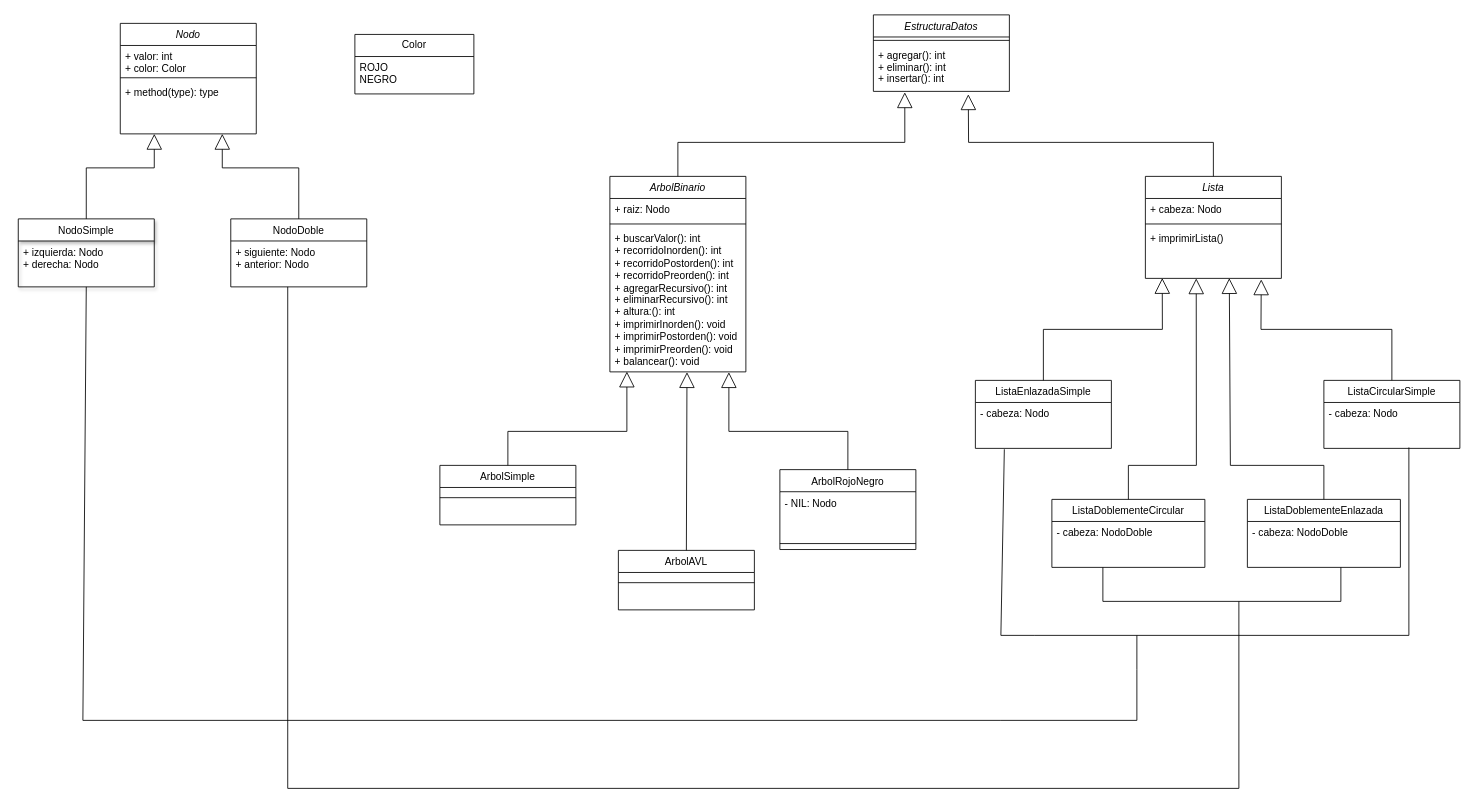
The draw.io diagram ArbolBinario.drawio in ArianaSarango/ArbolBinario, before the edit. Source tidied: cells renumbered, new cells numbered last; positions are measured from the earlier drawing's top-left corner, leaving out a move shared by most shapes. Both pictures are drawn from the tidied source at 85%, with x=0, y=0 at pixel (18, 14).
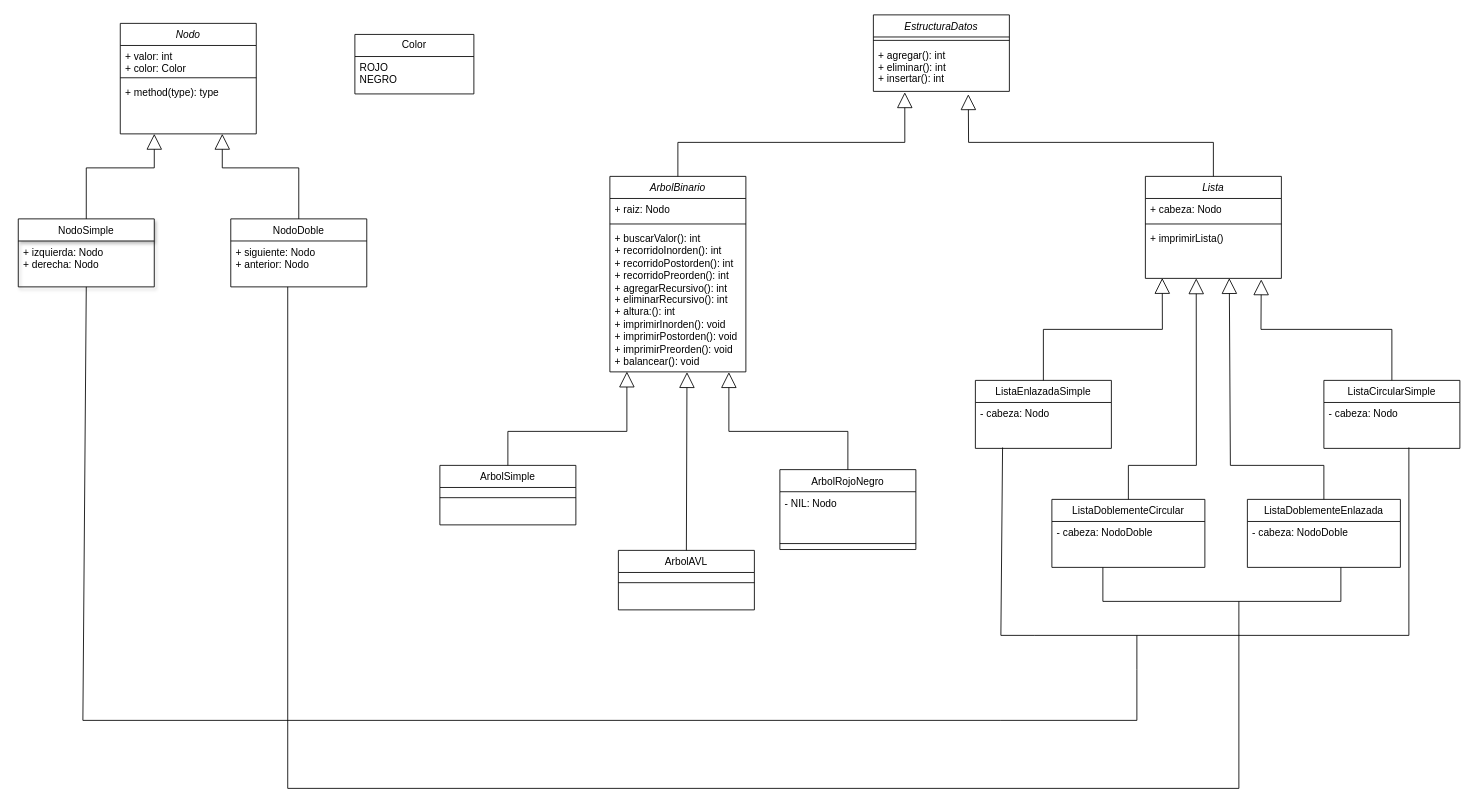
Above is the later version.

Unchanged cells that the change refers to:
```xml
<mxCell id="10" value="- cabeza: Nodo" style="text;align=left;verticalAlign=top;spacingLeft=4;spacingRight=4;overflow=hidden;points=[[0,0.5],[1,0.5]];portConstraint=eastwest;" parent="9" vertex="1">
  <mxGeometry y="26" width="160" height="54" as="geometry" />
</mxCell>
```

Diff of the diagram source:
```diff
@@
-    <mxCell id="50" style="endArrow=none;html=1;rounded=0;exitX=0.213;exitY=1.019;exitDx=0;exitDy=0;exitPerimeter=0;" parent="1" edge="1" source="10">
+    <mxCell id="50" style="endArrow=none;html=1;rounded=0;exitX=0.2;exitY=0.981;exitDx=0;exitDy=0;exitPerimeter=0;" parent="1" edge="1" source="10">
       <mxGeometry relative="1" as="geometry">
         <mxPoint x="1196" y="730" as="targetPoint" />
         <Array as="points">
           <mxPoint x="1156" y="730" />
         </Array>
       </mxGeometry>
     </mxCell>
```
